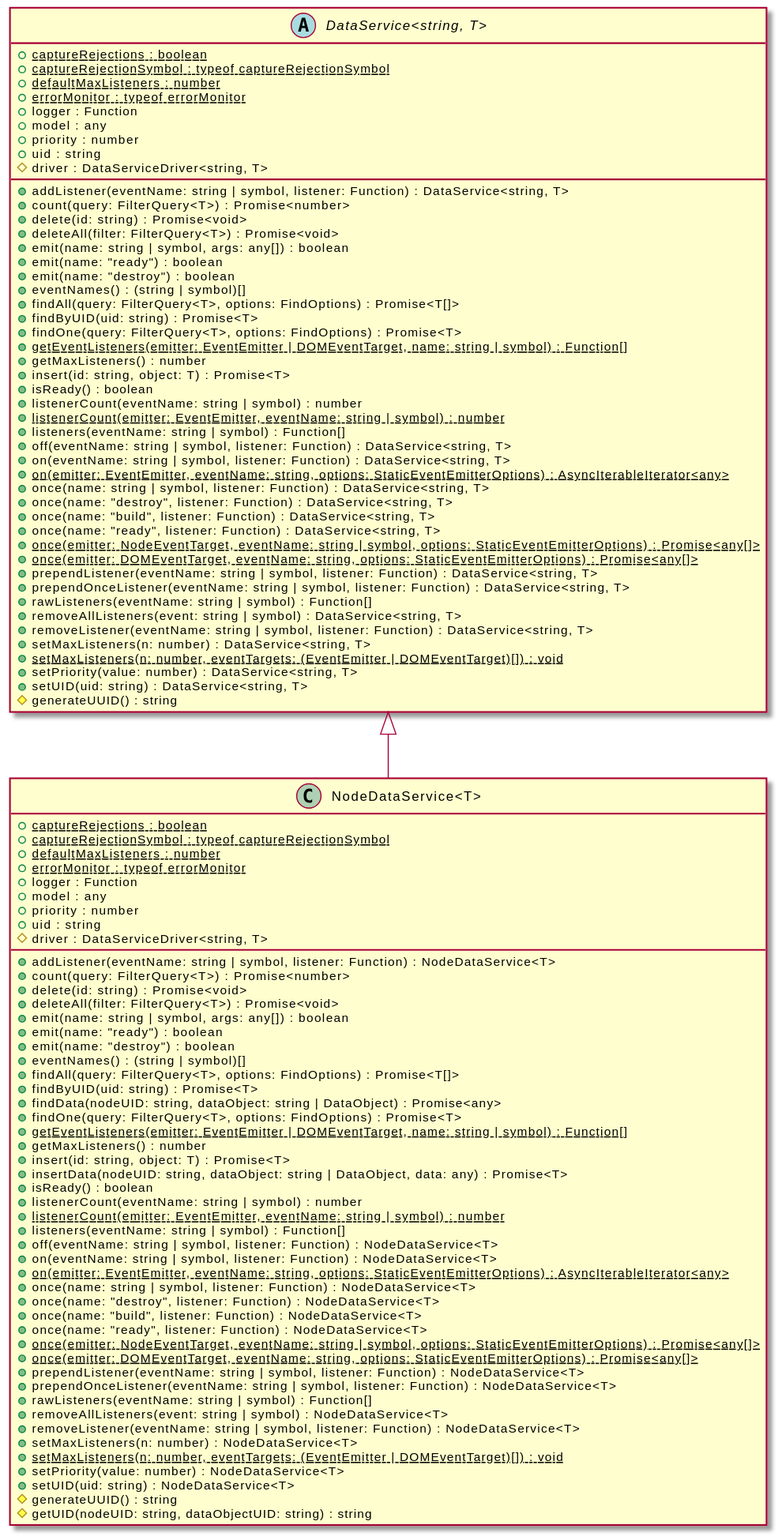
OpenHPS/openhps-core keeps this PlantUML diagram as assets/NodeDataService-umlClassDiagram-7857.svg. Above is the earlier version.
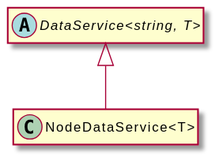
The same diagram one commit later.

Diff of the diagram source:
```diff
@@ -3,103 +3,8 @@
 hide empty methods
 hide empty fields
 class "NodeDataService<T>" {
-    {static} +captureRejections : boolean
-    {static} +captureRejectionSymbol : typeof captureRejectionSymbol
-    {static} +defaultMaxListeners : number
-    {static} +errorMonitor : typeof errorMonitor
-    +logger : Function
-    +model : any
-    +priority : number
-    +uid : string
-    #driver : DataServiceDriver<string, T>
-    +addListener(eventName: string | symbol, listener: Function) : NodeDataService<T>
-    +count(query: FilterQuery<T>) : Promise<number>
-    +delete(id: string) : Promise<void>
-    +deleteAll(filter: FilterQuery<T>) : Promise<void>
-    +emit(name: string | symbol, args: any[]) : boolean
-    +emit(name: "ready") : boolean
-    +emit(name: "destroy") : boolean
-    +eventNames() : (string | symbol)[]
-    +findAll(query: FilterQuery<T>, options: FindOptions) : Promise<T[]>
-    +findByUID(uid: string) : Promise<T>
-    +findData(nodeUID: string, dataObject: string | DataObject) : Promise<any>
-    +findOne(query: FilterQuery<T>, options: FindOptions) : Promise<T>
-    {static} +getEventListeners(emitter: EventEmitter | DOMEventTarget, name: string | symbol) : Function[]
-    +getMaxListeners() : number
-    +insert(id: string, object: T) : Promise<T>
-    +insertData(nodeUID: string, dataObject: string | DataObject, data: any) : Promise<T>
-    +isReady() : boolean
-    +listenerCount(eventName: string | symbol) : number
-    {static} +listenerCount(emitter: EventEmitter, eventName: string | symbol) : number
-    +listeners(eventName: string | symbol) : Function[]
-    +off(eventName: string | symbol, listener: Function) : NodeDataService<T>
-    +on(eventName: string | symbol, listener: Function) : NodeDataService<T>
-    {static} +on(emitter: EventEmitter, eventName: string, options: StaticEventEmitterOptions) : AsyncIterableIterator<any>
-    +once(name: string | symbol, listener: Function) : NodeDataService<T>
-    +once(name: "destroy", listener: Function) : NodeDataService<T>
-    +once(name: "build", listener: Function) : NodeDataService<T>
-    +once(name: "ready", listener: Function) : NodeDataService<T>
-    {static} +once(emitter: NodeEventTarget, eventName: string | symbol, options: StaticEventEmitterOptions) : Promise<any[]>
-    {static} +once(emitter: DOMEventTarget, eventName: string, options: StaticEventEmitterOptions) : Promise<any[]>
-    +prependListener(eventName: string | symbol, listener: Function) : NodeDataService<T>
-    +prependOnceListener(eventName: string | symbol, listener: Function) : NodeDataService<T>
-    +rawListeners(eventName: string | symbol) : Function[]
-    +removeAllListeners(event: string | symbol) : NodeDataService<T>
-    +removeListener(eventName: string | symbol, listener: Function) : NodeDataService<T>
-    +setMaxListeners(n: number) : NodeDataService<T>
-    {static} +setMaxListeners(n: number, eventTargets: (EventEmitter | DOMEventTarget)[]) : void
-    +setPriority(value: number) : NodeDataService<T>
-    +setUID(uid: string) : NodeDataService<T>
-    #generateUUID() : string
-    #getUID(nodeUID: string, dataObjectUID: string) : string
 }
 abstract class "DataService<string, T>" {
-    {static} +captureRejections : boolean
-    {static} +captureRejectionSymbol : typeof captureRejectionSymbol
-    {static} +defaultMaxListeners : number
-    {static} +errorMonitor : typeof errorMonitor
-    +logger : Function
-    +model : any
-    +priority : number
-    +uid : string
-    #driver : DataServiceDriver<string, T>
-    +addListener(eventName: string | symbol, listener: Function) : DataService<string, T>
-    +count(query: FilterQuery<T>) : Promise<number>
-    +delete(id: string) : Promise<void>
-    +deleteAll(filter: FilterQuery<T>) : Promise<void>
-    +emit(name: string | symbol, args: any[]) : boolean
-    +emit(name: "ready") : boolean
-    +emit(name: "destroy") : boolean
-    +eventNames() : (string | symbol)[]
-    +findAll(query: FilterQuery<T>, options: FindOptions) : Promise<T[]>
-    +findByUID(uid: string) : Promise<T>
-    +findOne(query: FilterQuery<T>, options: FindOptions) : Promise<T>
-    {static} +getEventListeners(emitter: EventEmitter | DOMEventTarget, name: string | symbol) : Function[]
-    +getMaxListeners() : number
-    +insert(id: string, object: T) : Promise<T>
-    +isReady() : boolean
-    +listenerCount(eventName: string | symbol) : number
-    {static} +listenerCount(emitter: EventEmitter, eventName: string | symbol) : number
-    +listeners(eventName: string | symbol) : Function[]
-    +off(eventName: string | symbol, listener: Function) : DataService<string, T>
-    +on(eventName: string | symbol, listener: Function) : DataService<string, T>
-    {static} +on(emitter: EventEmitter, eventName: string, options: StaticEventEmitterOptions) : AsyncIterableIterator<any>
-    +once(name: string | symbol, listener: Function) : DataService<string, T>
-    +once(name: "destroy", listener: Function) : DataService<string, T>
-    +once(name: "build", listener: Function) : DataService<string, T>
-    +once(name: "ready", listener: Function) : DataService<string, T>
-    {static} +once(emitter: NodeEventTarget, eventName: string | symbol, options: StaticEventEmitterOptions) : Promise<any[]>
-    {static} +once(emitter: DOMEventTarget, eventName: string, options: StaticEventEmitterOptions) : Promise<any[]>
-    +prependListener(eventName: string | symbol, listener: Function) : DataService<string, T>
-    +prependOnceListener(eventName: string | symbol, listener: Function) : DataService<string, T>
-    +rawListeners(eventName: string | symbol) : Function[]
-    +removeAllListeners(event: string | symbol) : DataService<string, T>
-    +removeListener(eventName: string | symbol, listener: Function) : DataService<string, T>
-    +setMaxListeners(n: number) : DataService<string, T>
-    {static} +setMaxListeners(n: number, eventTargets: (EventEmitter | DOMEventTarget)[]) : void
-    +setPriority(value: number) : DataService<string, T>
-    +setUID(uid: string) : DataService<string, T>
-    #generateUUID() : string
 }
 "DataService<string, T>" <|-- "NodeDataService<T>"
 @enduml
```
